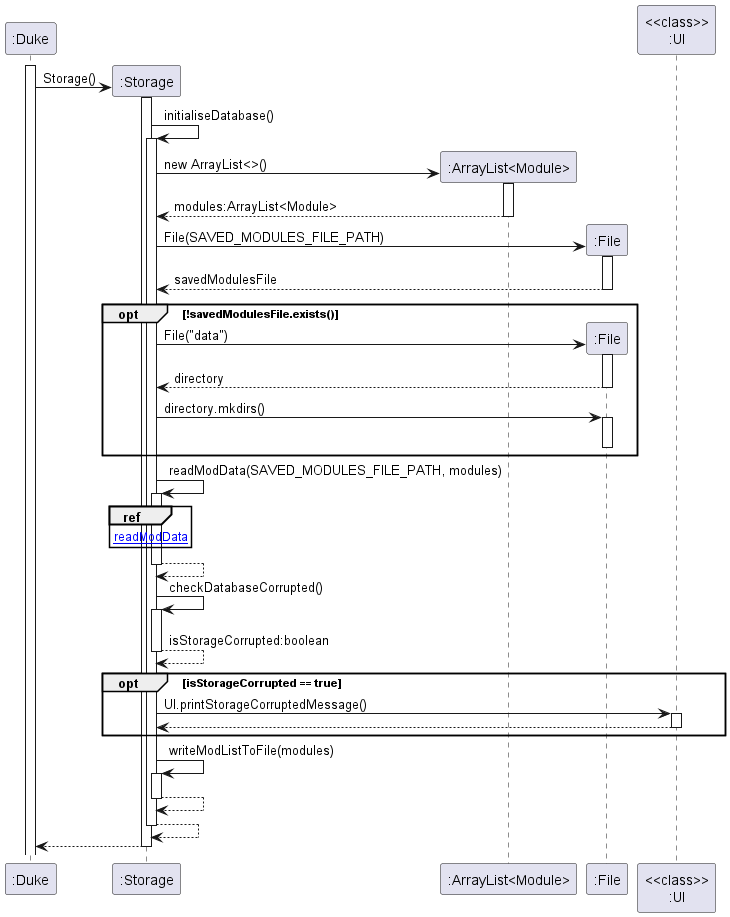
This is docs/diagrams/Storage/Storage.png from nus-cs2113-AY2223S2/tp, a PlantUML export, as it was before one commit. The source it was exported from:
```plantuml
@startuml



activate ":Duke"
create ":Storage"
":Duke" -> ":Storage" : Storage()
activate ":Storage"
":Storage" -> ":Storage" : initialiseDatabase()
activate ":Storage"
create ":ArrayList<Module>"
":Storage" -> ":ArrayList<Module>" : new ArrayList<>()
activate ":ArrayList<Module>"
":Storage" <-- ":ArrayList<Module>" : modules:ArrayList<Module>
deactivate ":ArrayList<Module>"
create ":File"
":Storage" -> ":File" : File(SAVED_MODULES_FILE_PATH)
activate ":File"
":Storage" <-- ":File" : savedModulesFile
deactivate ":File"

opt !savedModulesFile.exists()
create ":File"
":Storage" -> ":File" : File("data")
activate ":File"
":Storage" <-- ":File" : directory
deactivate ":File"
":Storage" -> ":File" : directory.mkdirs()
activate ":File"
deactivate ":File"
end
":Storage" -> ":Storage" : readModData(SAVED_MODULES_FILE_PATH, modules)
activate ":Storage"
ref over ":Storage" : [[readModData{diagrams%2FStorage%2FreadModData.png}]]
":Storage" --> ":Storage"
deactivate ":Storage"
":Storage" -> ":Storage" : checkDatabaseCorrupted()
activate ":Storage"
":Storage" --> ":Storage" : isStorageCorrupted:boolean
deactivate ":Storage"
opt isStorageCorrupted == true
":Storage" -> "<<class>>\n:UI" : UI.printStorageCorruptedMessage()
activate "<<class>>\n:UI"
":Storage" <-- "<<class>>\n:UI"
deactivate "<<class>>\n:UI"
end
":Storage" -> ":Storage" : writeModListToFile(modules)
activate ":Storage"
":Storage" --> ":Storage"
deactivate ":Storage"
":Storage" --> ":Storage"
deactivate ":Storage"
":Storage" --> ":Duke"
deactivate ":Storage"


@enduml
```
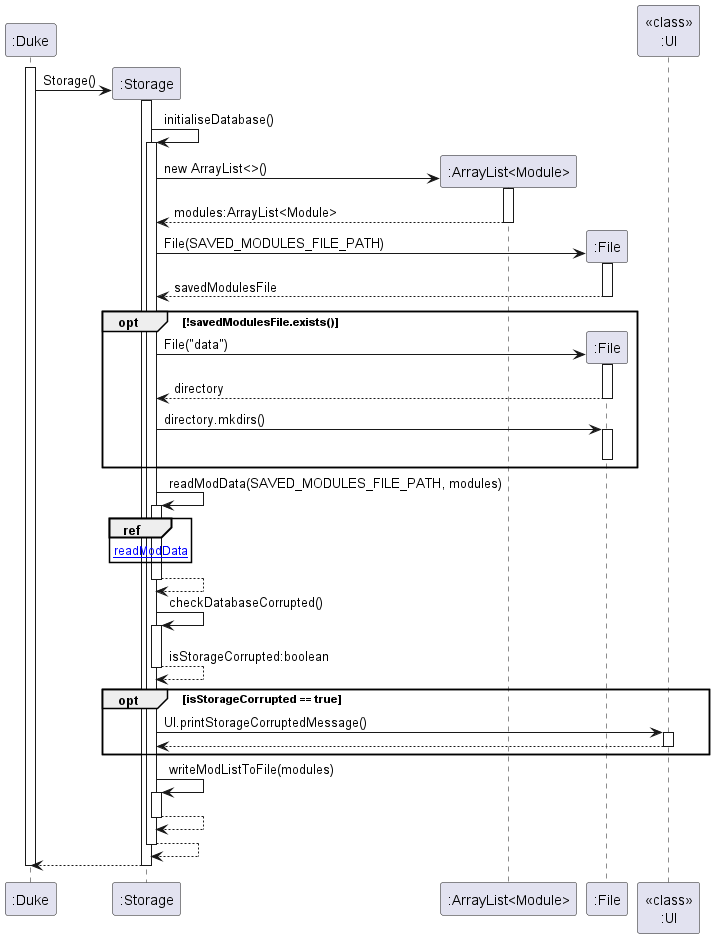
After the change.

Change to the diagram source:
```diff
@@ -53,5 +53,7 @@
 ":Storage" --> ":Duke"
 deactivate ":Storage"
 
+deactivate ":Duke"
+
 
 @enduml
```
